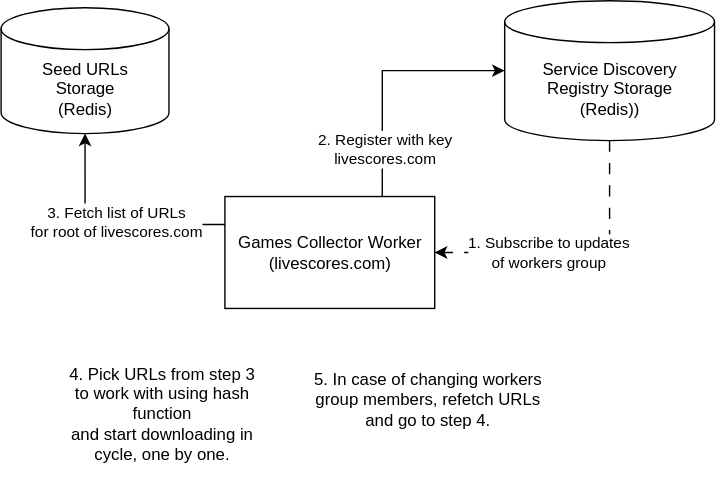
This is design_artifacts/Games Collector Worker - Load Balancing.svg from factorial-time/game-scores, a draw.io export, as it was before one commit. Source tidied: cells renumbered, new cells last; positions are measured from the earlier drawing's top-left corner, leaving out a move shared by most shapes.
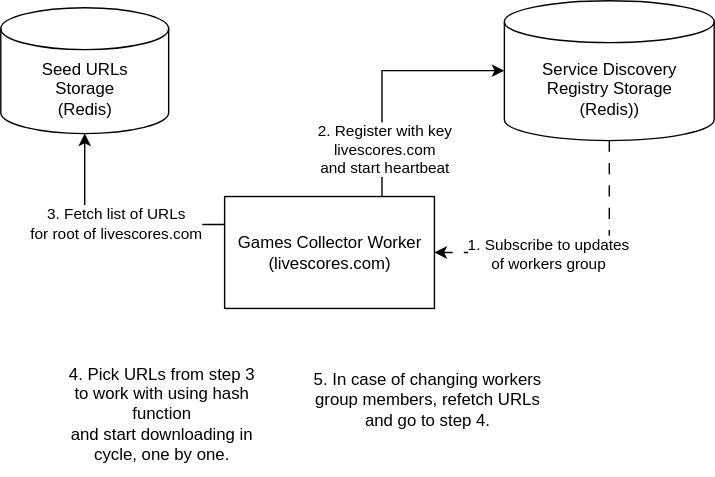
The same diagram one commit later.

Diff of the diagram source:
```diff
@@ -19,7 +19,7 @@
     <mxCell id="6" style="edgeStyle=orthogonalEdgeStyle;rounded=0;jettySize=auto;html=1;exitX=0.75;exitY=0;exitDx=0;exitDy=0;entryX=0;entryY=0.5;entryDx=0;entryDy=0;entryPerimeter=0;" parent="1" edge="1" source="2" target="5">
       <mxGeometry relative="1" as="geometry" />
     </mxCell>
-    <mxCell id="7" value="2. Register with key&lt;div&gt;livescores.com&lt;/div&gt;" style="edgeLabel;html=1;align=center;verticalAlign=middle;" parent="6" vertex="1">
+    <mxCell id="7" value="2. Register with key&lt;div&gt;livescores.com&lt;/div&gt;&lt;div&gt;and start heartbeat&lt;/div&gt;" style="edgeLabel;html=1;align=center;verticalAlign=middle;" parent="6" vertex="1">
       <mxGeometry x="-0.61" y="-1" relative="1" as="geometry" />
     </mxCell>
     <mxCell id="8" value="Seed URLs&lt;div&gt;Storage&lt;/div&gt;&lt;div&gt;(Redis)&lt;/div&gt;" style="shape=cylinder3;whiteSpace=wrap;html=1;boundedLbl=1;backgroundOutline=1;size=15;" parent="1" vertex="1">
```
